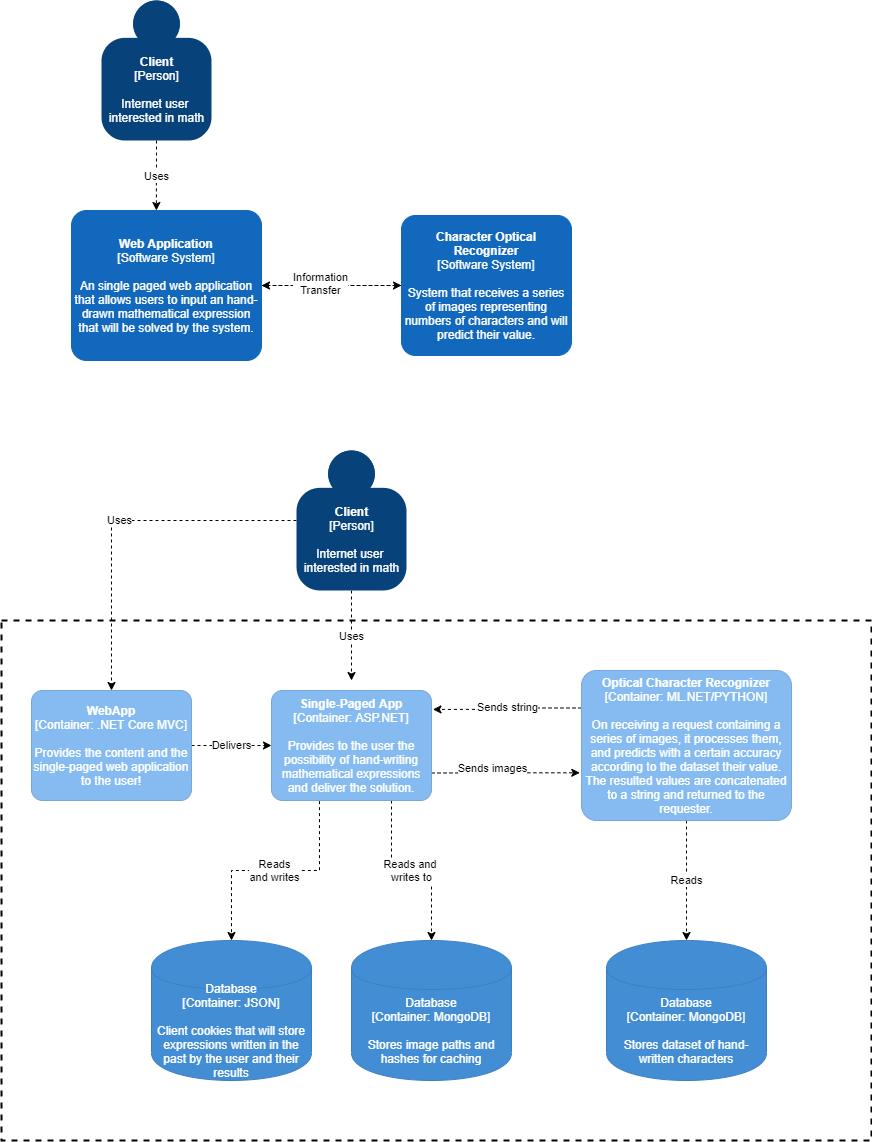
This is vj.png from trrenty/ProiectDOTNet, a draw.io export, as it was before one commit. Source tidied: cells renumbered, new cells last; positions are measured from the earlier drawing's top-left corner, leaving out a move shared by most shapes.
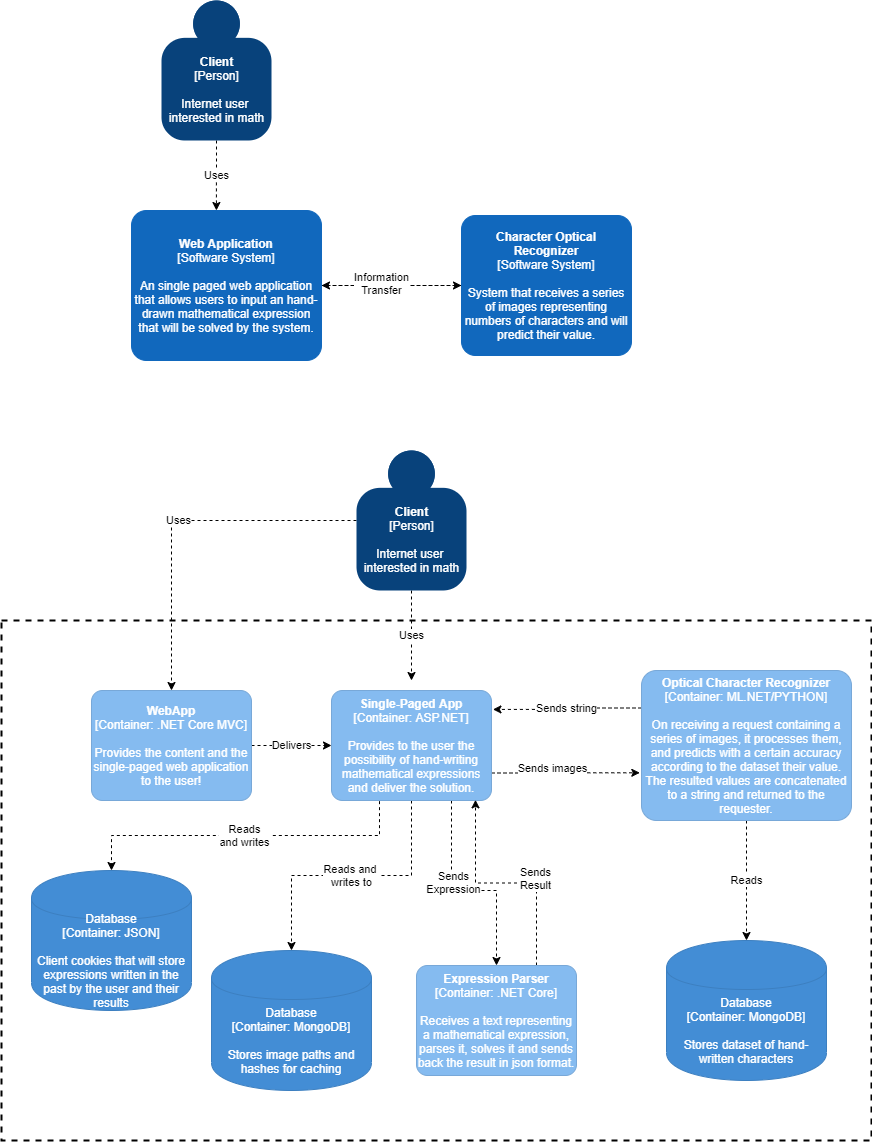
The same diagram one commit later.

Change to the diagram source:
```diff
@@ -44,7 +44,7 @@
         <mxGeometry x="295" y="450" width="110" height="140" as="geometry" />
       </mxCell>
     </object>
-    <mxCell id="12" value="Reads and &lt;br&gt;writes to" style="edgeStyle=orthogonalEdgeStyle;rounded=0;jettySize=auto;html=1;entryX=0.5;entryY=0;entryDx=0;entryDy=0;entryPerimeter=0;dashed=1;exitX=0.75;exitY=1;exitDx=0;exitDy=0;exitPerimeter=0;" parent="1" edge="1" source="16" target="19">
+    <mxCell id="12" value="Reads and &lt;br&gt;writes to" style="edgeStyle=orthogonalEdgeStyle;rounded=0;jettySize=auto;html=1;entryX=0.5;entryY=0;entryDx=0;entryDy=0;entryPerimeter=0;dashed=1;" parent="1" edge="1" source="16" target="19">
       <mxGeometry relative="1" as="geometry" />
     </mxCell>
     <mxCell id="13" style="edgeStyle=orthogonalEdgeStyle;rounded=0;jettySize=auto;html=1;entryX=-0.008;entryY=0.682;entryDx=0;entryDy=0;entryPerimeter=0;dashed=1;exitX=1;exitY=0.75;exitDx=0;exitDy=0;exitPerimeter=0;" parent="1" edge="1" source="16" target="23">
@@ -56,6 +56,17 @@
     <mxCell id="15" value="Reads&lt;br&gt;and writes" style="edgeStyle=orthogonalEdgeStyle;rounded=0;jettySize=auto;html=1;dashed=1;exitX=0.3;exitY=1.006;exitDx=0;exitDy=0;exitPerimeter=0;" parent="1" edge="1" source="16" target="24">
       <mxGeometry relative="1" as="geometry" />
     </mxCell>
+    <mxCell id="26" style="edgeStyle=orthogonalEdgeStyle;rounded=0;jettySize=auto;html=1;exitX=0.75;exitY=1;exitDx=0;exitDy=0;exitPerimeter=0;dashed=1;" parent="1" edge="1" source="16" target="30">
+      <mxGeometry relative="1" as="geometry">
+        <Array as="points">
+          <mxPoint x="390" y="890" />
+          <mxPoint x="435" y="890" />
+        </Array>
+      </mxGeometry>
+    </mxCell>
+    <mxCell id="27" value="Sends&lt;br&gt;Expression" style="edgeLabel;html=1;align=center;verticalAlign=middle;" parent="26" vertex="1">
+      <mxGeometry x="-0.23" y="1" relative="1" as="geometry" />
+    </mxCell>
     <object id="16" label="&lt;b&gt;%c4Name%&lt;/b&gt;&lt;div&gt;[%c4Type%: %c4Technology%]&lt;/div&gt;&lt;br&gt;&lt;div&gt;%c4Description%&lt;/div&gt;" c4Description="Provides to the user the possibility of hand-writing mathematical expressions and deliver the solution." c4Name="Single-Paged App" c4Technology="ASP.NET" c4Type="Container" placeholders="1">
       <mxCell style="rounded=1;whiteSpace=wrap;html=1;labelBackgroundColor=none;fillColor=#85BBF0;fontColor=#ffffff;align=center;arcSize=10;strokeColor=#78A8D8;metaData={&quot;c4Type&quot;:{&quot;editable&quot;:false}};points=[[0.25,0,0],[0.5,0,0],[0.75,0,0],[1,0.25,0],[1,0.5,0],[1,0.75,0],[0.75,1,0],[0.5,1,0],[0.25,1,0],[0,0.75,0],[0,0.5,0],[0,0.25,0]];" parent="1" vertex="1">
         <mxGeometry x="270" y="690" width="160" height="110" as="geometry" />
@@ -71,7 +82,7 @@
     </object>
     <object id="19" label="%c4Type%&lt;div&gt;[Container:&amp;nbsp;%c4Technology%]&lt;/div&gt;&lt;br&gt;&lt;div&gt;%c4Description%&lt;/div&gt;" c4Description="Stores image paths and hashes for caching" c4Technology="MongoDB" c4Type="Database" placeholders="1">
       <mxCell style="shape=cylinder;whiteSpace=wrap;html=1;boundedLbl=1;rounded=0;labelBackgroundColor=none;fillColor=#438DD5;fontSize=12;fontColor=#ffffff;align=center;strokeColor=#3C7FC0;points=[[0.5,0,0],[1,0.25,0],[1,0.5,0],[1,0.75,0],[0.5,1,0],[0,0.75,0],[0,0.5,0],[0,0.25,0]];metaData={&quot;c4Type&quot;:{&quot;editable&quot;:false}};" parent="1" vertex="1">
-        <mxGeometry x="350" y="940" width="160" height="140" as="geometry" />
+        <mxGeometry x="150" y="950" width="160" height="140" as="geometry" />
       </mxCell>
     </object>
     <object id="20" label="%c4Type%&lt;div&gt;[Container:&amp;nbsp;%c4Technology%]&lt;/div&gt;&lt;br&gt;&lt;div&gt;%c4Description%&lt;/div&gt;" c4Description="Stores dataset of hand-written characters" c4Technology="MongoDB" c4Type="Database" placeholders="1">
@@ -92,11 +103,22 @@
     </object>
     <object id="24" label="%c4Type%&lt;div&gt;[Container:&amp;nbsp;%c4Technology%]&lt;/div&gt;&lt;br&gt;&lt;div&gt;%c4Description%&lt;/div&gt;" c4Description="Client cookies that will store expressions written in the past by the user and their results" c4Technology="JSON" c4Type="Database" placeholders="1">
       <mxCell style="shape=cylinder;whiteSpace=wrap;html=1;boundedLbl=1;rounded=0;labelBackgroundColor=none;fillColor=#438DD5;fontSize=12;fontColor=#ffffff;align=center;strokeColor=#3C7FC0;points=[[0.5,0,0],[1,0.25,0],[1,0.5,0],[1,0.75,0],[0.5,1,0],[0,0.75,0],[0,0.5,0],[0,0.25,0]];metaData={&quot;c4Type&quot;:{&quot;editable&quot;:false}};" parent="1" vertex="1">
-        <mxGeometry x="150" y="940" width="160" height="140" as="geometry" />
+        <mxGeometry x="-30" y="870" width="160" height="140" as="geometry" />
       </mxCell>
     </object>
     <mxCell id="25" style="rounded=0;whiteSpace=wrap;html=1;labelBackgroundColor=none;fillColor=none;dashed=1;strokeWidth=2;" parent="1" vertex="1">
-      <mxGeometry y="620" width="870" height="520" as="geometry" />
+      <mxGeometry x="-60" y="620" width="870" height="520" as="geometry" />
     </mxCell>
+    <mxCell id="28" style="edgeStyle=orthogonalEdgeStyle;rounded=0;jettySize=auto;html=1;exitX=0.75;exitY=0;exitDx=0;exitDy=0;exitPerimeter=0;entryX=0.9;entryY=0.994;entryDx=0;entryDy=0;entryPerimeter=0;dashed=1;" parent="1" edge="1" source="30" target="16">
+      <mxGeometry relative="1" as="geometry" />
+    </mxCell>
+    <mxCell id="29" value="Sends&lt;br&gt;Result" style="edgeLabel;html=1;align=center;verticalAlign=middle;" parent="28" vertex="1">
+      <mxGeometry x="-0.26" y="-5" relative="1" as="geometry" />
+    </mxCell>
+    <object id="30" label="&lt;b&gt;%c4Name%&lt;/b&gt;&lt;div&gt;[%c4Type%: %c4Technology%]&lt;/div&gt;&lt;br&gt;&lt;div&gt;%c4Description%&lt;/div&gt;" c4Description="Receives a text representing a mathematical expression, parses it, solves it and sends back the result in json format." c4Name="Expression Parser" c4Technology=".NET Core" c4Type="Container" placeholders="1">
+      <mxCell style="rounded=1;whiteSpace=wrap;html=1;labelBackgroundColor=none;fillColor=#85BBF0;fontColor=#ffffff;align=center;arcSize=10;strokeColor=#78A8D8;metaData={&quot;c4Type&quot;:{&quot;editable&quot;:false}};points=[[0.25,0,0],[0.5,0,0],[0.75,0,0],[1,0.25,0],[1,0.5,0],[1,0.75,0],[0.75,1,0],[0.5,1,0],[0.25,1,0],[0,0.75,0],[0,0.5,0],[0,0.25,0]];" parent="1" vertex="1">
+        <mxGeometry x="355" y="965" width="160" height="110" as="geometry" />
+      </mxCell>
+    </object>
   </root>
 </mxGraphModel>
```
